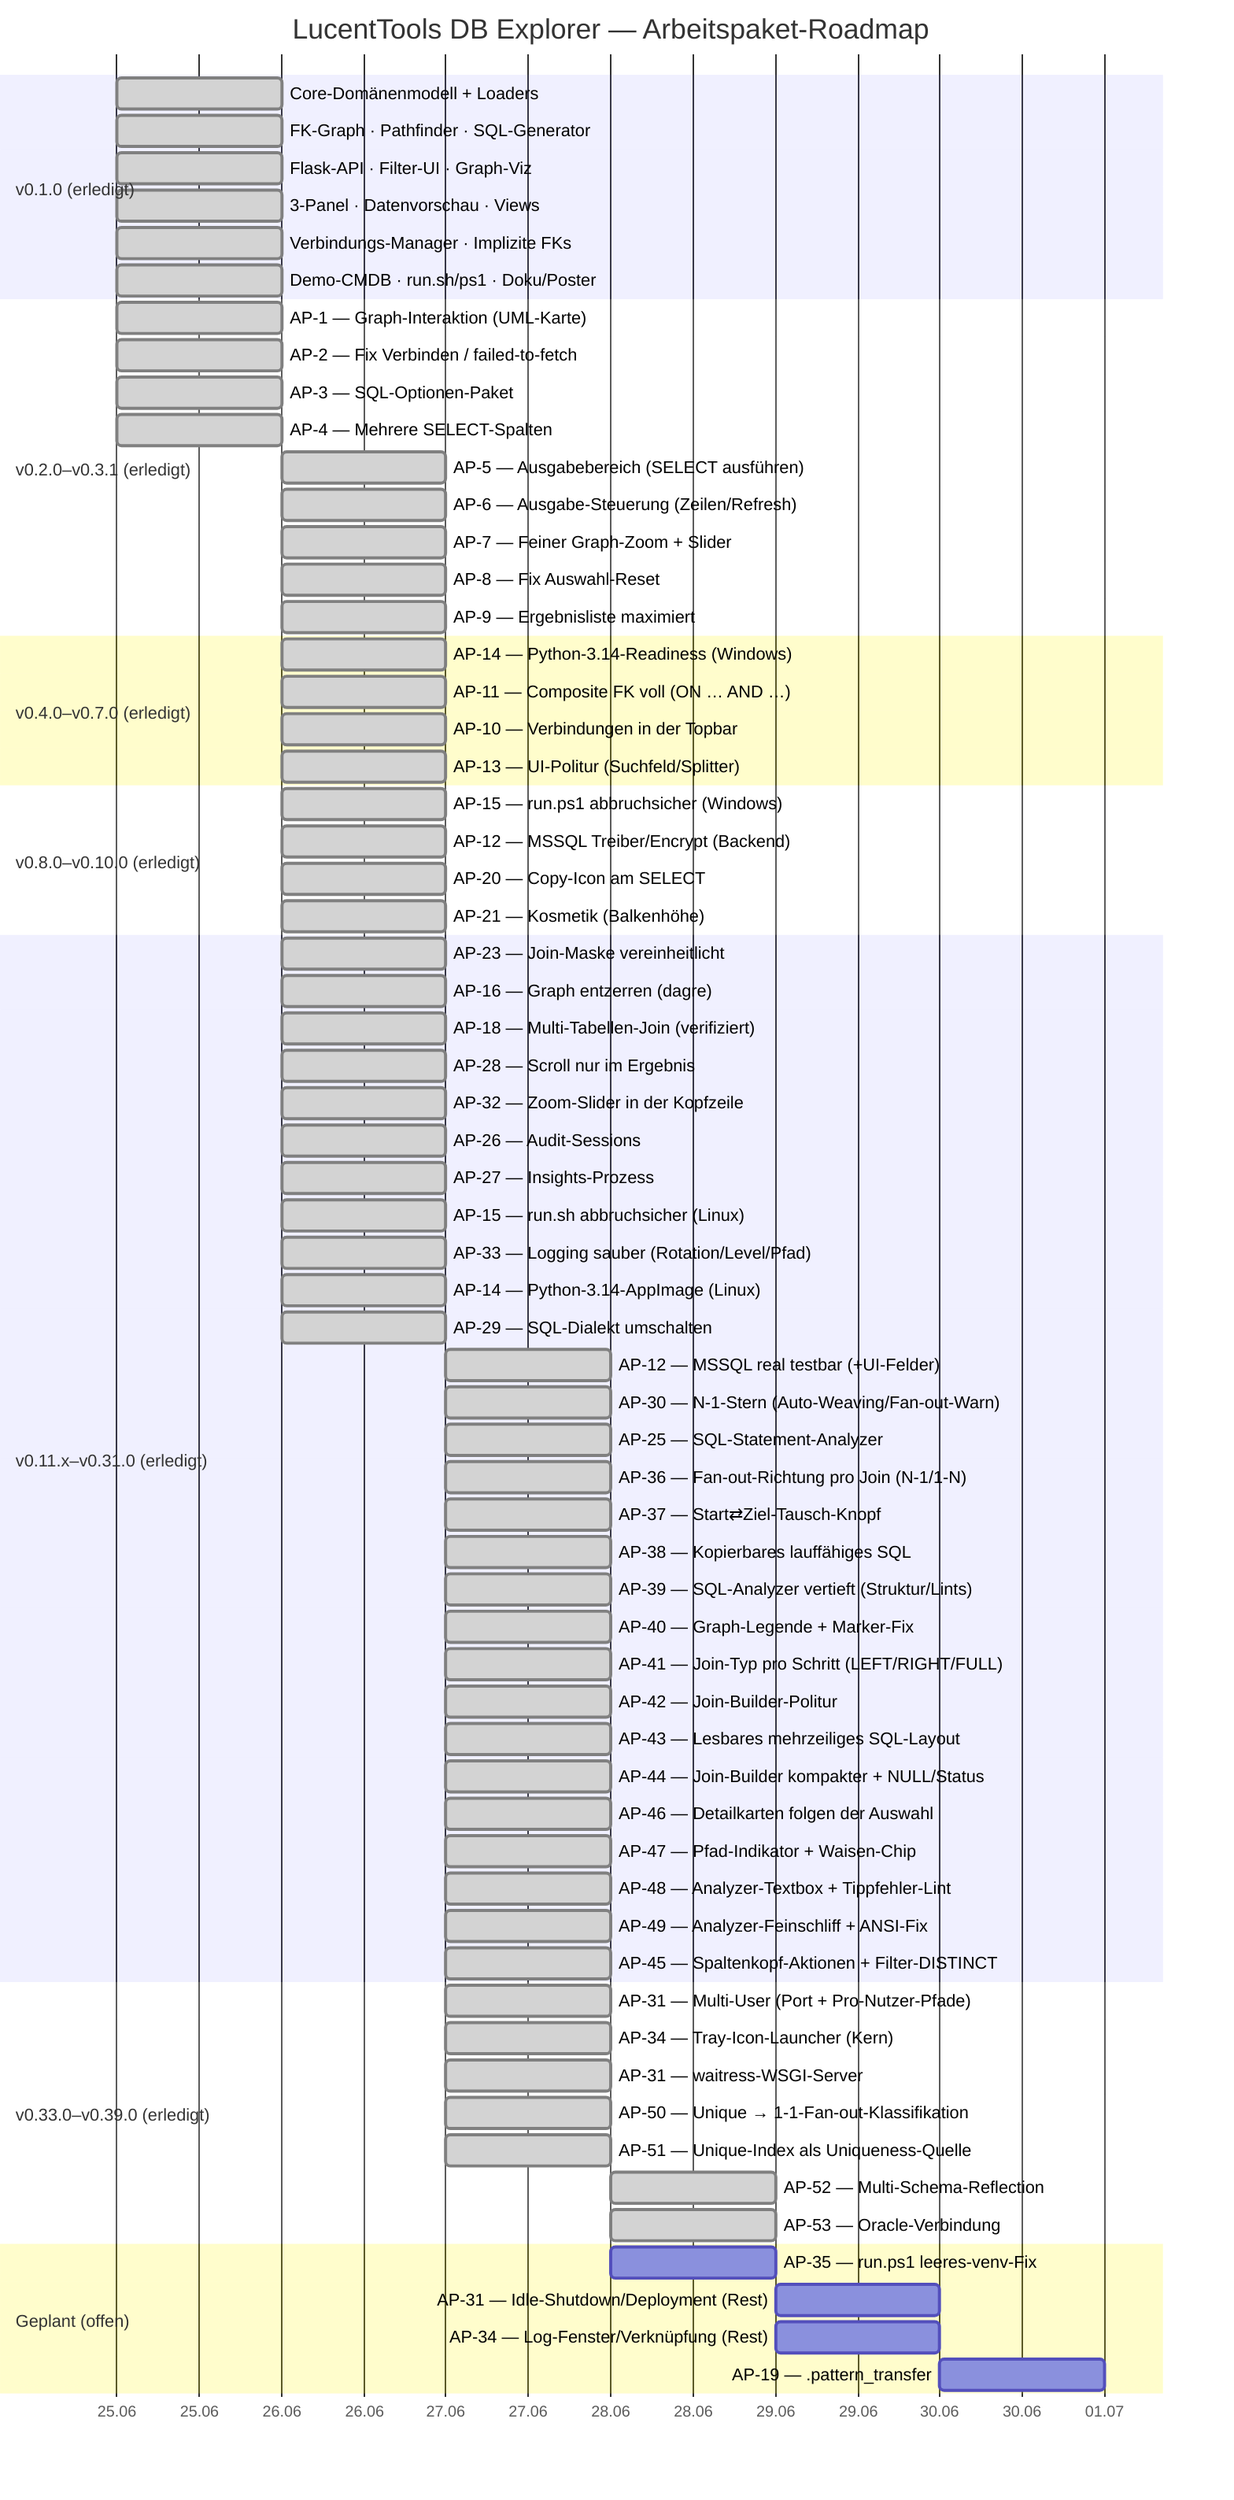
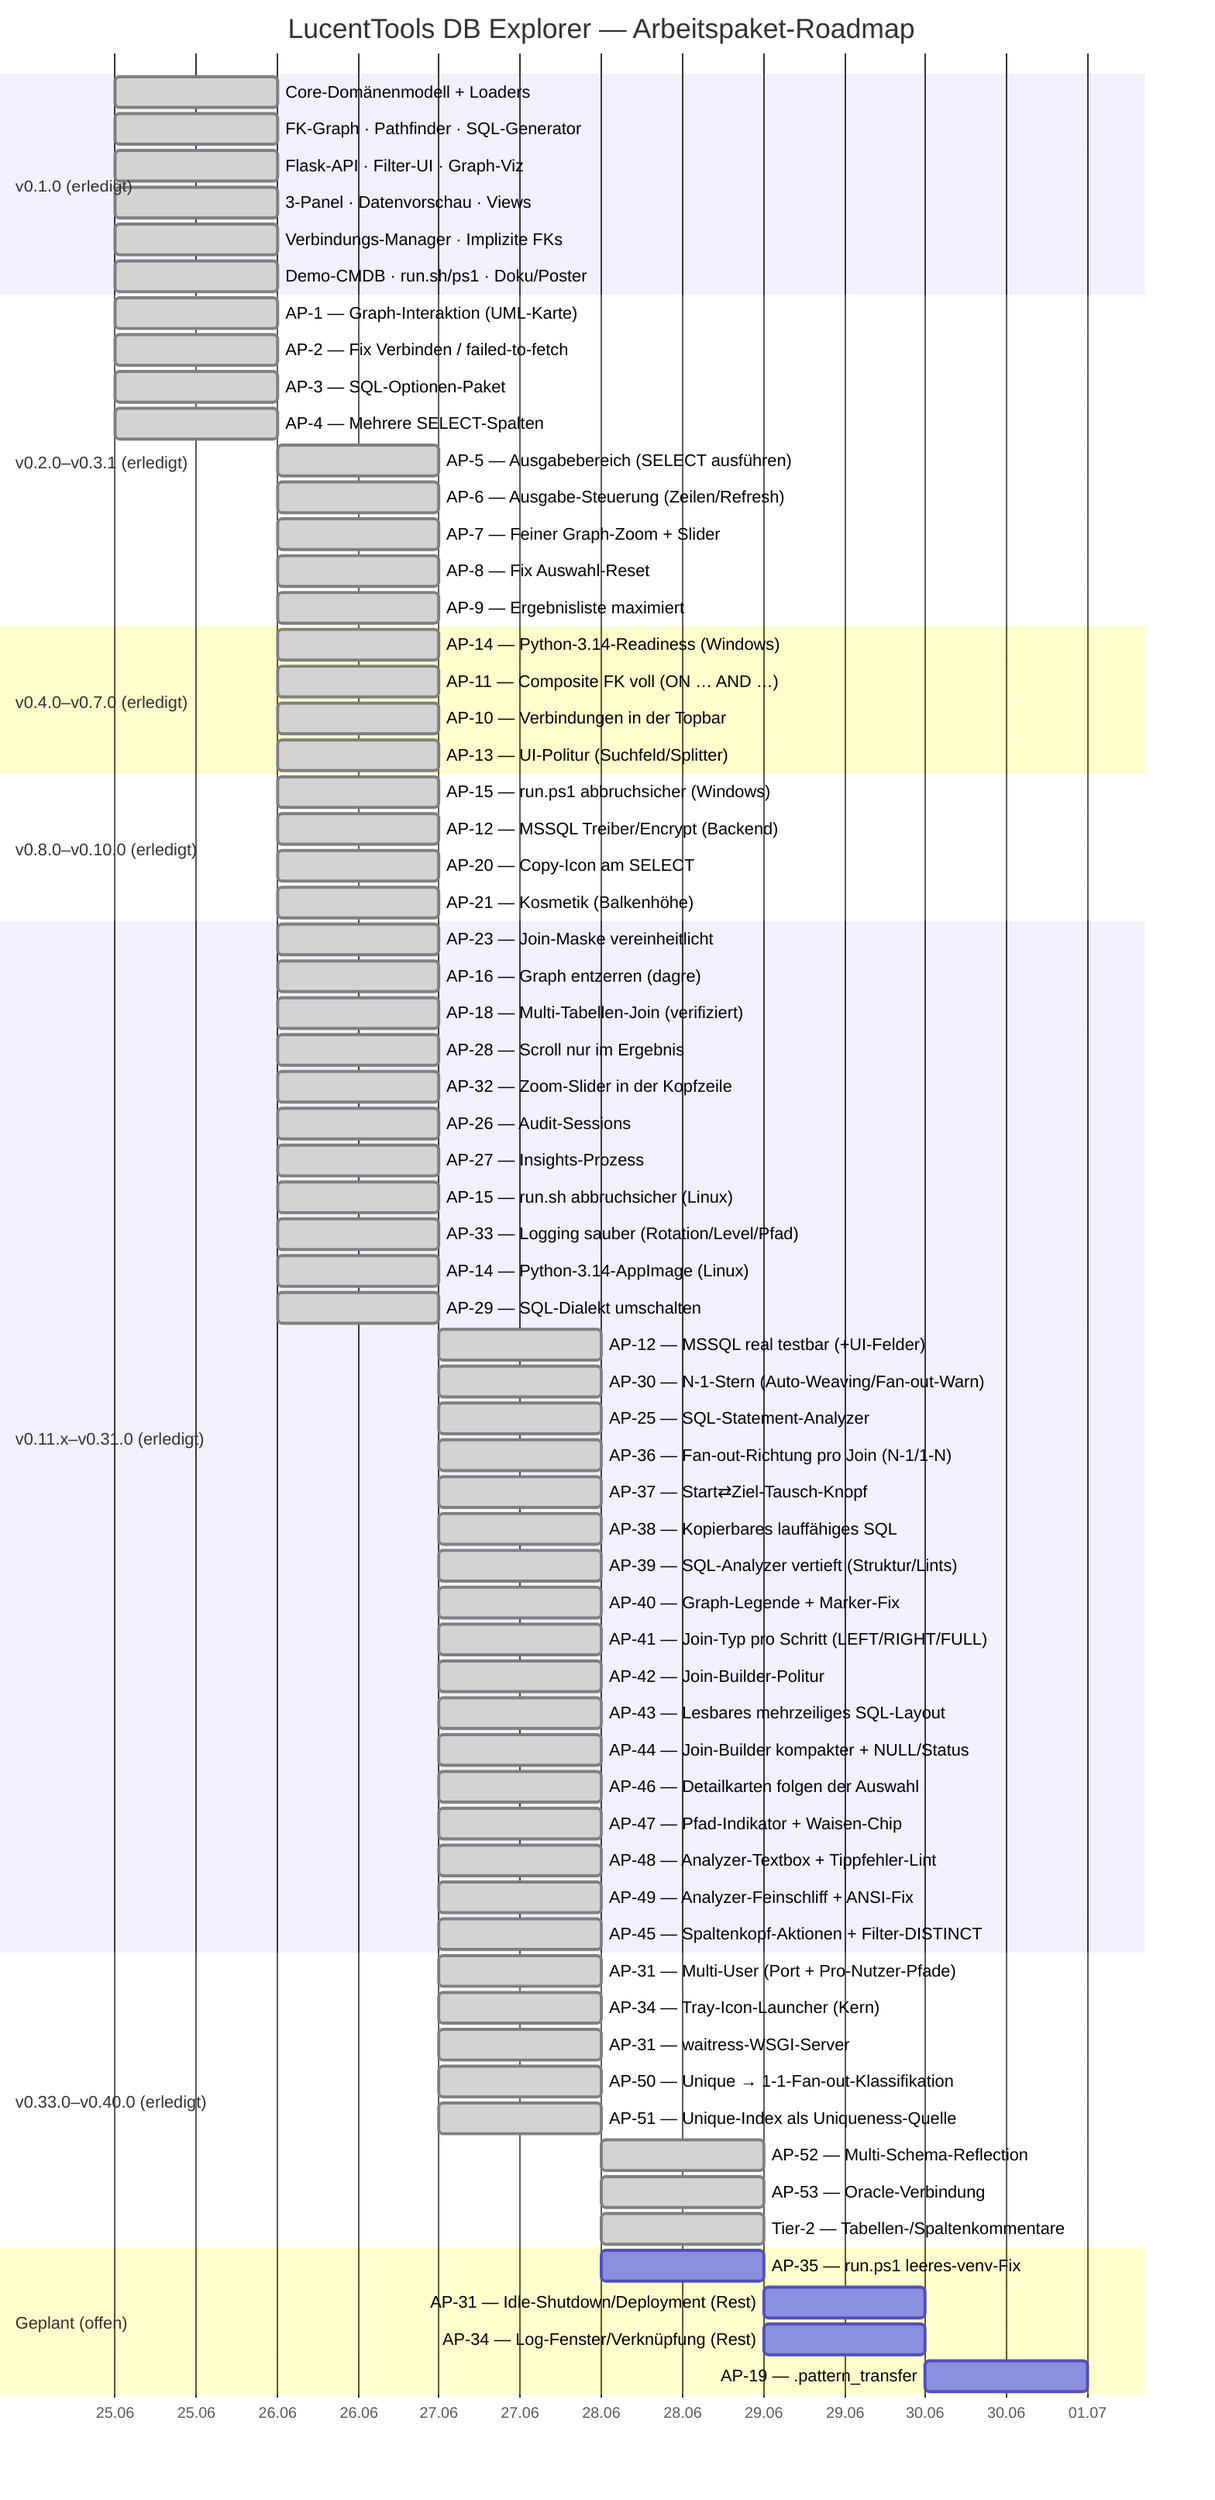
gantt
    title LucentTools DB Explorer — Arbeitspaket-Roadmap
    dateFormat  YYYY-MM-DD
    axisFormat  %d.%m

    section v0.1.0 (erledigt)
    Core-Domänenmodell + Loaders          :done, d1, 2026-06-25, 1d
    FK-Graph · Pathfinder · SQL-Generator :done, d2, 2026-06-25, 1d
    Flask-API · Filter-UI · Graph-Viz     :done, d3, 2026-06-25, 1d
    3-Panel · Datenvorschau · Views       :done, d4, 2026-06-25, 1d
    Verbindungs-Manager · Implizite FKs   :done, d5, 2026-06-25, 1d
    Demo-CMDB · run.sh/ps1 · Doku/Poster  :done, d6, 2026-06-25, 1d

    section v0.2.0–v0.3.1 (erledigt)
    AP-1 — Graph-Interaktion (UML-Karte)        :done, a1, 2026-06-25, 1d
    AP-2 — Fix Verbinden / failed-to-fetch      :done, a2, 2026-06-25, 1d
    AP-3 — SQL-Optionen-Paket                   :done, a3, 2026-06-25, 1d
    AP-4 — Mehrere SELECT-Spalten               :done, a4, 2026-06-25, 1d
    AP-5 — Ausgabebereich (SELECT ausführen)    :done, a5, 2026-06-26, 1d
    AP-6 — Ausgabe-Steuerung (Zeilen/Refresh)   :done, a6, 2026-06-26, 1d
    AP-7 — Feiner Graph-Zoom + Slider           :done, a7, 2026-06-26, 1d
    AP-8 — Fix Auswahl-Reset                    :done, a8, 2026-06-26, 1d
    AP-9 — Ergebnisliste maximiert              :done, a9, 2026-06-26, 1d

    section v0.4.0–v0.7.0 (erledigt)
    AP-14 — Python-3.14-Readiness (Windows)     :done, b1, 2026-06-26, 1d
    AP-11 — Composite FK voll (ON … AND …)      :done, b2, 2026-06-26, 1d
    AP-10 — Verbindungen in der Topbar          :done, b3, 2026-06-26, 1d
    AP-13 — UI-Politur (Suchfeld/Splitter)      :done, b4, 2026-06-26, 1d

    section v0.8.0–v0.10.0 (erledigt)
    AP-15 — run.ps1 abbruchsicher (Windows)     :done, c1, 2026-06-26, 1d
    AP-12 — MSSQL Treiber/Encrypt (Backend)     :done, c2, 2026-06-26, 1d
    AP-20 — Copy-Icon am SELECT                 :done, c3, 2026-06-26, 1d
    AP-21 — Kosmetik (Balkenhöhe)               :done, c4, 2026-06-26, 1d

    section v0.11.x–v0.31.0 (erledigt)
    AP-23 — Join-Maske vereinheitlicht          :done, e1, 2026-06-26, 1d
    AP-16 — Graph entzerren (dagre)             :done, e2, 2026-06-26, 1d
    AP-18 — Multi-Tabellen-Join (verifiziert)   :done, e3, 2026-06-26, 1d
    AP-28 — Scroll nur im Ergebnis              :done, e4, 2026-06-26, 1d
    AP-32 — Zoom-Slider in der Kopfzeile        :done, e5, 2026-06-26, 1d
    AP-26 — Audit-Sessions                      :done, e6, 2026-06-26, 1d
    AP-27 — Insights-Prozess                    :done, e7, 2026-06-26, 1d
    AP-15 — run.sh abbruchsicher (Linux)        :done, e8, 2026-06-26, 1d
    AP-33 — Logging sauber (Rotation/Level/Pfad) :done, e9, 2026-06-26, 1d
    AP-14 — Python-3.14-AppImage (Linux)         :done, e10, 2026-06-26, 1d
    AP-29 — SQL-Dialekt umschalten               :done, e11, 2026-06-26, 1d
    AP-12 — MSSQL real testbar (+UI-Felder)      :done, e12, 2026-06-27, 1d
    AP-30 — N-1-Stern (Auto-Weaving/Fan-out-Warn) :done, e13, 2026-06-27, 1d
    AP-25 — SQL-Statement-Analyzer               :done, e14, 2026-06-27, 1d
    AP-36 — Fan-out-Richtung pro Join (N-1/1-N)  :done, e15, 2026-06-27, 1d
    AP-37 — Start⇄Ziel-Tausch-Knopf              :done, e16, 2026-06-27, 1d
    AP-38 — Kopierbares lauffähiges SQL          :done, e17, 2026-06-27, 1d
    AP-39 — SQL-Analyzer vertieft (Struktur/Lints) :done, e18, 2026-06-27, 1d
    AP-40 — Graph-Legende + Marker-Fix           :done, e19, 2026-06-27, 1d
    AP-41 — Join-Typ pro Schritt (LEFT/RIGHT/FULL) :done, e20, 2026-06-27, 1d
    AP-42 — Join-Builder-Politur                 :done, e21, 2026-06-27, 1d
    AP-43 — Lesbares mehrzeiliges SQL-Layout      :done, e22, 2026-06-27, 1d
    AP-44 — Join-Builder kompakter + NULL/Status :done, e23, 2026-06-27, 1d
    AP-46 — Detailkarten folgen der Auswahl       :done, e24, 2026-06-27, 1d
    AP-47 — Pfad-Indikator + Waisen-Chip         :done, e25, 2026-06-27, 1d
    AP-48 — Analyzer-Textbox + Tippfehler-Lint   :done, e26, 2026-06-27, 1d
    AP-49 — Analyzer-Feinschliff + ANSI-Fix       :done, e27, 2026-06-27, 1d
    AP-45 — Spaltenkopf-Aktionen + Filter-DISTINCT :done, e28, 2026-06-27, 1d

-     section v0.33.0–v0.39.0 (erledigt)
+     section v0.33.0–v0.40.0 (erledigt)
    AP-31 — Multi-User (Port + Pro-Nutzer-Pfade) :done, f1, 2026-06-27, 1d
    AP-34 — Tray-Icon-Launcher (Kern)            :done, f2, 2026-06-27, 1d
    AP-31 — waitress-WSGI-Server                 :done, f3, 2026-06-27, 1d
    AP-50 — Unique → 1-1-Fan-out-Klassifikation  :done, f4, 2026-06-27, 1d
    AP-51 — Unique-Index als Uniqueness-Quelle   :done, f5, 2026-06-27, 1d
    AP-52 — Multi-Schema-Reflection              :done, f6, 2026-06-28, 1d
    AP-53 — Oracle-Verbindung                    :done, f7, 2026-06-28, 1d
+     Tier-2 — Tabellen-/Spaltenkommentare         :done, f8, 2026-06-28, 1d

    section Geplant (offen)
    AP-35 — run.ps1 leeres-venv-Fix             :p3, 2026-06-28, 1d
    AP-31 — Idle-Shutdown/Deployment (Rest)     :p5, 2026-06-29, 1d
    AP-34 — Log-Fenster/Verknüpfung (Rest)      :p6, 2026-06-29, 1d
    AP-19 — .pattern_transfer                   :p11, 2026-06-30, 1d
